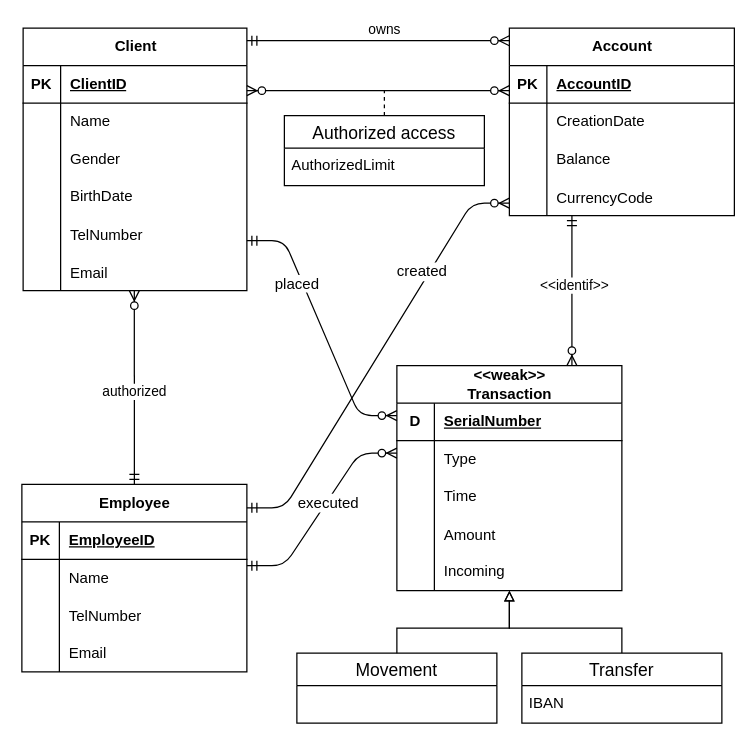
Above: erd.drawio in Marek324/butfit-ids (draw.io), before the change. Source tidied: cells renumbered, new cells numbered last; positions are measured from the earlier drawing's top-left corner, leaving out a move shared by most shapes. Both pictures are drawn from the tidied source at 125%, with x=0, y=0 at pixel (21, 28).
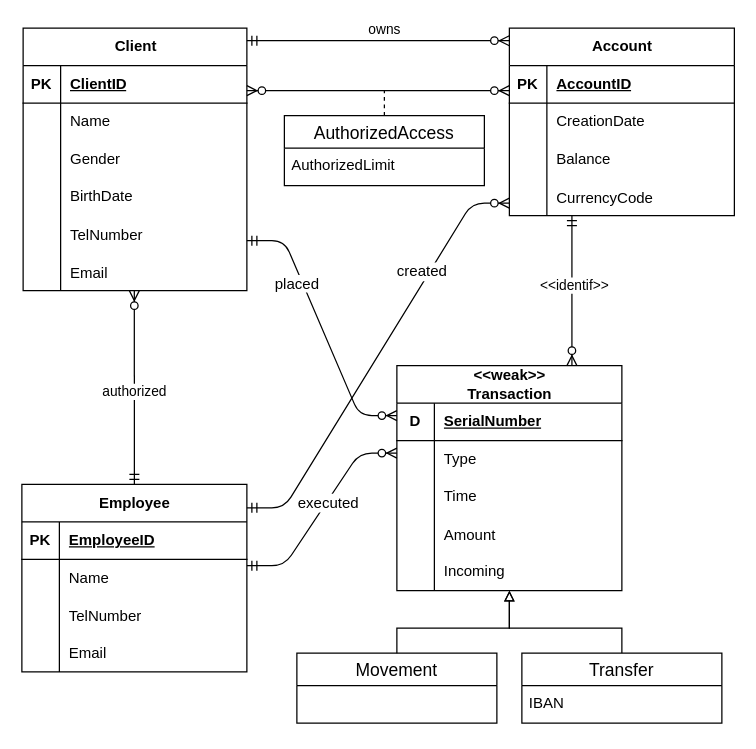
Above is the later version.

The edit, as a diff of the source:
```diff
@@
-    <mxCell id="35" value="Authorized access" style="swimlane;fontStyle=0;horizontal=1;startSize=26;align=center;fontSize=14;" parent="1" vertex="1">
+    <mxCell id="35" value="AuthorizedAccess" style="swimlane;fontStyle=0;horizontal=1;startSize=26;align=center;fontSize=14;" parent="1" vertex="1">
       <mxGeometry x="210" y="70" width="160" height="56" as="geometry" />
     </mxCell>
```
